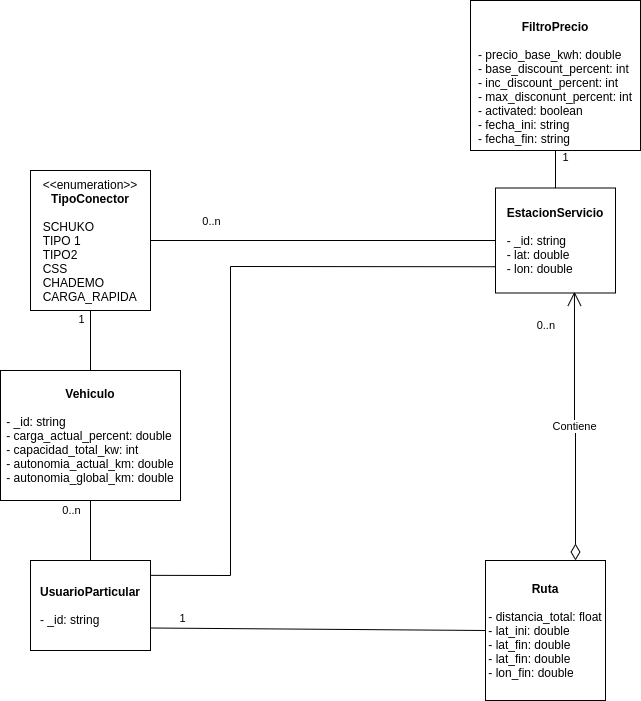
Before: doc/img/diagrama-clases-v1.png, a diagram exported from draw.io (DomingoLopez/Charge-Your-Travel). Source tidied: cells renumbered, new cells last; positions are measured from the earlier drawing's top-left corner, leaving out a move shared by most shapes.
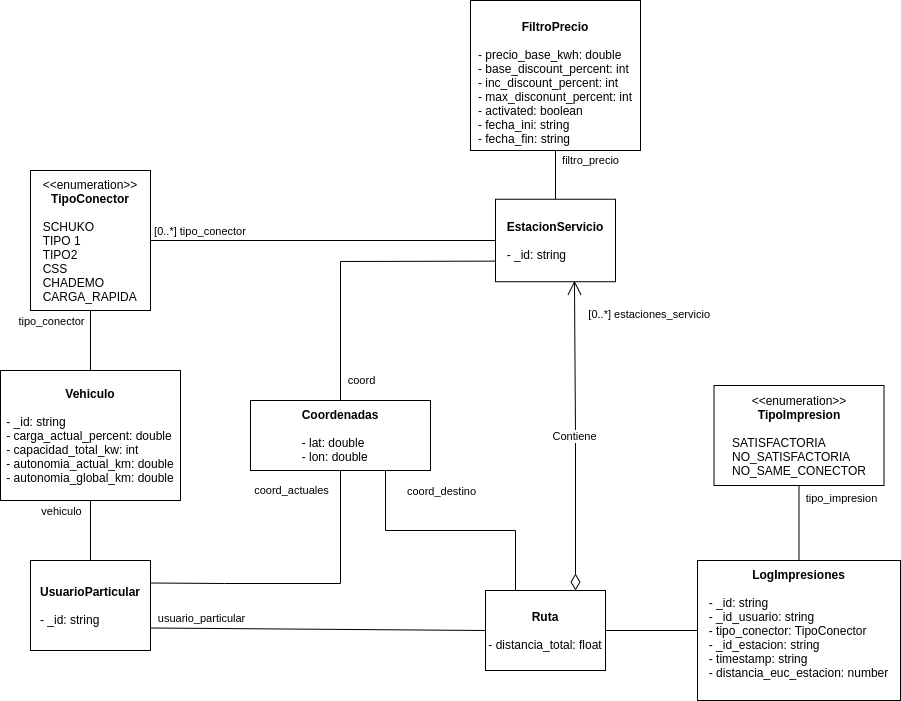
The same diagram one commit later.

Commit message:
closes #22; Corregido diagrama de clases v1

Diff of the diagram source:
```diff
@@ -14,62 +14,112 @@
     <mxCell id="5" style="endArrow=none;html=1;rounded=0;entryX=0.5;entryY=1;entryDx=0;entryDy=0;exitX=0.5;exitY=0;exitDx=0;exitDy=0;" parent="1" edge="1" source="3" target="4">
       <mxGeometry relative="1" as="geometry" />
     </mxCell>
-    <mxCell id="6" value="1" style="edgeLabel;html=1;align=center;verticalAlign=middle;" parent="5" vertex="1">
+    <mxCell id="6" value="tipo_conector" style="edgeLabel;html=1;align=center;verticalAlign=middle;" parent="5" vertex="1">
       <mxGeometry x="0.73" y="3" relative="1" as="geometry">
-        <mxPoint x="-7" as="offset" />
+        <mxPoint x="-37" y="2" as="offset" />
       </mxGeometry>
     </mxCell>
     <mxCell id="7" style="endArrow=none;html=1;rounded=0;entryX=0.5;entryY=1;entryDx=0;entryDy=0;exitX=0.5;exitY=0;exitDx=0;exitDy=0;" parent="1" edge="1" source="2" target="3">
       <mxGeometry relative="1" as="geometry" />
     </mxCell>
-    <mxCell id="8" value="0..n" style="edgeLabel;html=1;align=center;verticalAlign=middle;" parent="7" vertex="1">
+    <mxCell id="8" value="vehiculo" style="edgeLabel;html=1;align=center;verticalAlign=middle;" parent="7" vertex="1">
       <mxGeometry x="0.7" y="1" relative="1" as="geometry">
-        <mxPoint x="-19" as="offset" />
+        <mxPoint x="-29" y="1" as="offset" />
       </mxGeometry>
     </mxCell>
-    <mxCell id="9" value="&lt;b&gt;EstacionServicio&lt;/b&gt;&lt;br&gt;&lt;br&gt;&lt;div style=&quot;text-align: left&quot;&gt;- _id: string&lt;/div&gt;&lt;div style=&quot;text-align: left&quot;&gt;- lat: double&lt;/div&gt;&lt;div style=&quot;text-align: left&quot;&gt;- lon: double&lt;/div&gt;" style="rounded=0;whiteSpace=wrap;html=1;" parent="1" vertex="1">
-      <mxGeometry x="495" y="187.5" width="120" height="105" as="geometry" />
+    <mxCell id="9" value="&lt;b&gt;EstacionServicio&lt;/b&gt;&lt;br&gt;&lt;br&gt;&lt;div style=&quot;text-align: left&quot;&gt;- _id: string&lt;/div&gt;" style="rounded=0;whiteSpace=wrap;html=1;" parent="1" vertex="1">
+      <mxGeometry x="495" y="198.8" width="120" height="82.5" as="geometry" />
     </mxCell>
     <mxCell id="10" style="endArrow=none;html=1;rounded=0;exitX=1;exitY=0.5;exitDx=0;exitDy=0;entryX=0;entryY=0.5;entryDx=0;entryDy=0;" parent="1" edge="1" source="4" target="9">
       <mxGeometry relative="1" as="geometry" />
     </mxCell>
-    <mxCell id="11" value="0..n" style="edgeLabel;html=1;align=center;verticalAlign=middle;" parent="10" vertex="1">
+    <mxCell id="11" value="[0..*] tipo_conector&amp;nbsp;" style="edgeLabel;html=1;align=center;verticalAlign=middle;" parent="10" vertex="1">
       <mxGeometry x="-0.68" y="1" relative="1" as="geometry">
-        <mxPoint x="4" y="-19" as="offset" />
+        <mxPoint x="-6" y="-9" as="offset" />
       </mxGeometry>
     </mxCell>
-    <mxCell id="12" value="&lt;b&gt;Ruta&lt;/b&gt;&lt;br&gt;&lt;br&gt;&lt;div style=&quot;text-align: left&quot;&gt;- distancia_total: float&lt;/div&gt;&lt;div style=&quot;text-align: left&quot;&gt;&lt;div&gt;- lat_ini: double&lt;/div&gt;&lt;div&gt;- lat_fin: double&lt;/div&gt;&lt;/div&gt;&lt;div style=&quot;text-align: left&quot;&gt;- lat_fin: double&lt;/div&gt;&lt;div style=&quot;text-align: left&quot;&gt;- lon_fin: double&lt;/div&gt;" style="rounded=0;whiteSpace=wrap;html=1;align=center;" parent="1" vertex="1">
-      <mxGeometry x="485" y="560" width="120" height="140" as="geometry" />
+    <mxCell id="12" value="&lt;b&gt;Ruta&lt;/b&gt;&lt;br&gt;&lt;br&gt;&lt;div style=&quot;text-align: left&quot;&gt;- distancia_total: float&lt;/div&gt;" style="rounded=0;whiteSpace=wrap;html=1;align=center;" parent="1" vertex="1">
+      <mxGeometry x="485" y="590" width="120" height="80" as="geometry" />
     </mxCell>
     <mxCell id="13" value="Contiene" style="endArrow=open;html=1;endSize=12;startArrow=diamondThin;startSize=14;startFill=0;edgeStyle=orthogonalEdgeStyle;rounded=0;exitX=0.75;exitY=0;exitDx=0;exitDy=0;entryX=0.658;entryY=0.988;entryDx=0;entryDy=0;entryPerimeter=0;" parent="1" edge="1" source="12" target="9">
       <mxGeometry relative="1" as="geometry" />
     </mxCell>
-    <mxCell id="14" value="0..n" style="edgeLabel;html=1;align=right;verticalAlign=top;" parent="13" vertex="1">
+    <mxCell id="14" value="[0..*] estaciones_servicio" style="edgeLabel;html=1;align=right;verticalAlign=top;" parent="13" vertex="1">
       <mxGeometry x="1" relative="1" as="geometry">
-        <mxPoint x="-19" y="21" as="offset" />
+        <mxPoint x="136" y="21" as="offset" />
       </mxGeometry>
     </mxCell>
     <mxCell id="15" style="endArrow=none;html=1;rounded=0;exitX=1;exitY=0.75;exitDx=0;exitDy=0;entryX=0;entryY=0.5;entryDx=0;entryDy=0;" parent="1" edge="1" source="2" target="12">
       <mxGeometry relative="1" as="geometry" />
     </mxCell>
-    <mxCell id="16" value="1" style="edgeLabel;html=1;align=center;verticalAlign=middle;" parent="15" vertex="1">
+    <mxCell id="16" value="usuario_particular" style="edgeLabel;html=1;align=center;verticalAlign=middle;" parent="15" vertex="1">
       <mxGeometry x="-0.82" y="2" relative="1" as="geometry">
-        <mxPoint x="1" y="-8" as="offset" />
+        <mxPoint x="20" y="-8" as="offset" />
       </mxGeometry>
     </mxCell>
     <mxCell id="17" value="&lt;b&gt;&lt;br&gt;FiltroPrecio&lt;/b&gt;&lt;br&gt;&lt;br&gt;&lt;div style=&quot;text-align: left&quot;&gt;- precio_base_kwh: double&lt;/div&gt;&lt;div style=&quot;text-align: left&quot;&gt;- base_discount_percent: int&lt;/div&gt;&lt;div style=&quot;text-align: left&quot;&gt;- inc_discount_percent: int&lt;/div&gt;&lt;div style=&quot;text-align: left&quot;&gt;- max_disconunt_percent: int&lt;/div&gt;&lt;div style=&quot;text-align: left&quot;&gt;- activated: boolean&lt;/div&gt;&lt;div style=&quot;text-align: left&quot;&gt;- fecha_ini: string&lt;/div&gt;&lt;div style=&quot;text-align: left&quot;&gt;- fecha_fin: string&lt;/div&gt;" style="rounded=0;whiteSpace=wrap;html=1;" parent="1" vertex="1">
       <mxGeometry x="470" width="170" height="150" as="geometry" />
     </mxCell>
-    <mxCell id="18" value="1" style="endArrow=none;html=1;rounded=0;exitX=0.5;exitY=0;exitDx=0;exitDy=0;entryX=0.5;entryY=1;entryDx=0;entryDy=0;" parent="1" edge="1" source="9" target="17">
-      <mxGeometry x="0.65" y="-10" relative="1" as="geometry" />
+    <mxCell id="18" value="filtro_precio" style="endArrow=none;html=1;rounded=0;exitX=0.5;exitY=0;exitDx=0;exitDy=0;entryX=0.5;entryY=1;entryDx=0;entryDy=0;" parent="1" edge="1" source="9" target="17">
+      <mxGeometry x="0.59" y="-35" relative="1" as="geometry" />
     </mxCell>
-    <mxCell id="19" style="endArrow=none;html=1;rounded=0;exitX=1;exitY=0.165;exitDx=0;exitDy=0;entryX=0;entryY=0.75;entryDx=0;entryDy=0;exitPerimeter=0;" parent="1" edge="1" source="2" target="9">
-      <mxGeometry relative="1" as="geometry">
-        <Array as="points">
-          <mxPoint x="230" y="575" />
-          <mxPoint x="230" y="266" />
-        </Array>
-      </mxGeometry>
-    </mxCell>
+    <mxCell id="20" value="&lt;b&gt;Coordenadas&lt;br&gt;&lt;/b&gt;&lt;br&gt;&lt;div style=&quot;text-align: left&quot;&gt;- lat: double&lt;br&gt;&lt;/div&gt;&lt;div style=&quot;text-align: left&quot;&gt;- lon: double&lt;/div&gt;" style="rounded=0;whiteSpace=wrap;html=1;" parent="1" vertex="1">
+      <mxGeometry x="250" y="400" width="180" height="70" as="geometry" />
+    </mxCell>
+    <mxCell id="21" style="endArrow=none;html=1;rounded=0;exitX=1;exitY=0.25;exitDx=0;exitDy=0;entryX=0.5;entryY=1;entryDx=0;entryDy=0;" parent="1" edge="1" source="2" target="20">
+      <mxGeometry relative="1" as="geometry">
+        <Array as="points">
+          <mxPoint x="224" y="583" />
+          <mxPoint x="340" y="583" />
+        </Array>
+      </mxGeometry>
+    </mxCell>
+    <mxCell id="22" value="coord_actuales" style="edgeLabel;html=1;align=center;verticalAlign=middle;" parent="21" vertex="1">
+      <mxGeometry x="0.87" y="-2" relative="1" as="geometry">
+        <mxPoint x="-52" as="offset" />
+      </mxGeometry>
+    </mxCell>
+    <mxCell id="23" style="endArrow=none;html=1;rounded=0;exitX=0.5;exitY=0;exitDx=0;exitDy=0;entryX=0;entryY=0.75;entryDx=0;entryDy=0;" parent="1" edge="1" source="20" target="9">
+      <mxGeometry relative="1" as="geometry">
+        <Array as="points">
+          <mxPoint x="340" y="261" />
+        </Array>
+      </mxGeometry>
+    </mxCell>
+    <mxCell id="24" value="coord" style="edgeLabel;html=1;align=center;verticalAlign=middle;" parent="23" vertex="1">
+      <mxGeometry x="-0.76" y="-1" relative="1" as="geometry">
+        <mxPoint x="19" y="16" as="offset" />
+      </mxGeometry>
+    </mxCell>
+    <mxCell id="25" style="endArrow=none;html=1;rounded=0;entryX=0.75;entryY=1;entryDx=0;entryDy=0;exitX=0.25;exitY=0;exitDx=0;exitDy=0;" parent="1" edge="1" source="12" target="20">
+      <mxGeometry relative="1" as="geometry">
+        <Array as="points">
+          <mxPoint x="515" y="530" />
+          <mxPoint x="385" y="530" />
+        </Array>
+      </mxGeometry>
+    </mxCell>
+    <mxCell id="26" value="coord_destino" style="edgeLabel;html=1;align=center;verticalAlign=middle;" parent="25" vertex="1">
+      <mxGeometry x="0.86" y="-3" relative="1" as="geometry">
+        <mxPoint x="52" y="3" as="offset" />
+      </mxGeometry>
+    </mxCell>
+    <mxCell id="27" value="&lt;b&gt;LogImpresiones&lt;/b&gt;&lt;br&gt;&lt;br&gt;&lt;div style=&quot;text-align: left&quot;&gt;- _id: string&lt;/div&gt;&lt;div style=&quot;text-align: left&quot;&gt;- _id_usuario: string&lt;/div&gt;&lt;div style=&quot;text-align: left&quot;&gt;- tipo_conector: TipoConector&lt;/div&gt;&lt;div style=&quot;text-align: left&quot;&gt;- _id_estacion: string&lt;/div&gt;&lt;div style=&quot;text-align: left&quot;&gt;- timestamp: string&lt;/div&gt;&lt;div style=&quot;text-align: left&quot;&gt;- distancia_euc_estacion: number&lt;/div&gt;&lt;div style=&quot;text-align: left&quot;&gt;&lt;br&gt;&lt;/div&gt;" style="rounded=0;whiteSpace=wrap;html=1;align=center;" parent="1" vertex="1">
+      <mxGeometry x="697" y="560" width="203" height="140" as="geometry" />
+    </mxCell>
+    <mxCell id="28" style="endArrow=none;html=1;rounded=0;exitX=1;exitY=0.5;exitDx=0;exitDy=0;entryX=0;entryY=0.5;entryDx=0;entryDy=0;" parent="1" edge="1" source="12" target="27">
+      <mxGeometry relative="1" as="geometry" />
+    </mxCell>
+    <mxCell id="29" value="&amp;lt;&amp;lt;enumeration&amp;gt;&amp;gt;&lt;br&gt;&lt;b&gt;TipoImpresion&lt;/b&gt;&lt;br&gt;&lt;br&gt;&lt;div style=&quot;text-align: left&quot;&gt;SATISFACTORIA&lt;/div&gt;&lt;div style=&quot;text-align: left&quot;&gt;NO_SATISFACTORIA&lt;/div&gt;&lt;div style=&quot;text-align: left&quot;&gt;NO_SAME_CONECTOR&lt;/div&gt;" style="rounded=0;whiteSpace=wrap;html=1;align=center;" parent="1" vertex="1">
+      <mxGeometry x="713.5" y="385" width="170" height="100" as="geometry" />
+    </mxCell>
+    <mxCell id="30" style="endArrow=none;html=1;rounded=0;entryX=0.5;entryY=1;entryDx=0;entryDy=0;exitX=0.5;exitY=0;exitDx=0;exitDy=0;" parent="1" edge="1" source="27" target="29">
+      <mxGeometry relative="1" as="geometry" />
+    </mxCell>
+    <mxCell id="31" value="tipo_impresion" style="edgeLabel;html=1;align=center;verticalAlign=middle;" parent="30" vertex="1">
+      <mxGeometry x="0.65" y="-1" relative="1" as="geometry">
+        <mxPoint x="41" as="offset" />
+      </mxGeometry>
+    </mxCell>
   </root>
 </mxGraphModel>
```
